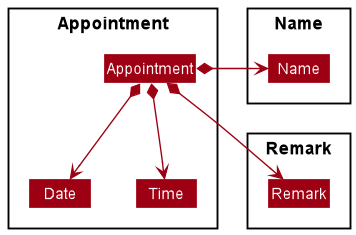
The PlantUML diagram docs/images/AppointmentClassDiagram.png in nus-cs2103-AY2021S2/tp, before a commit.
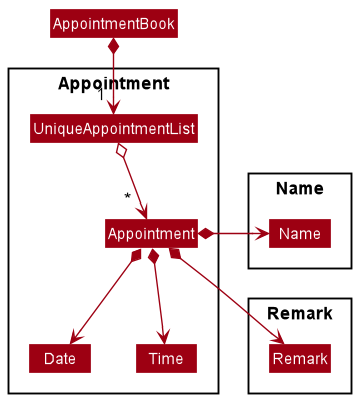
The same diagram one commit later.

What changed in the source:
```diff
@@ -8,6 +8,7 @@
 Class Appointment
 Class Date
 Class Time
+Class UniqueAppointmentList
 }
 
 Package Name as NamePackage {
@@ -18,6 +19,11 @@
 Class Remark
 }
 
+Class AppointmentBook
+AppointmentBook *--> "1 " UniqueAppointmentList
+
+UniqueAppointmentList o--> "~*  " Appointment
+
 Appointment *-right-> Name
 Appointment *--> Remark
 Appointment *--> Date
```
